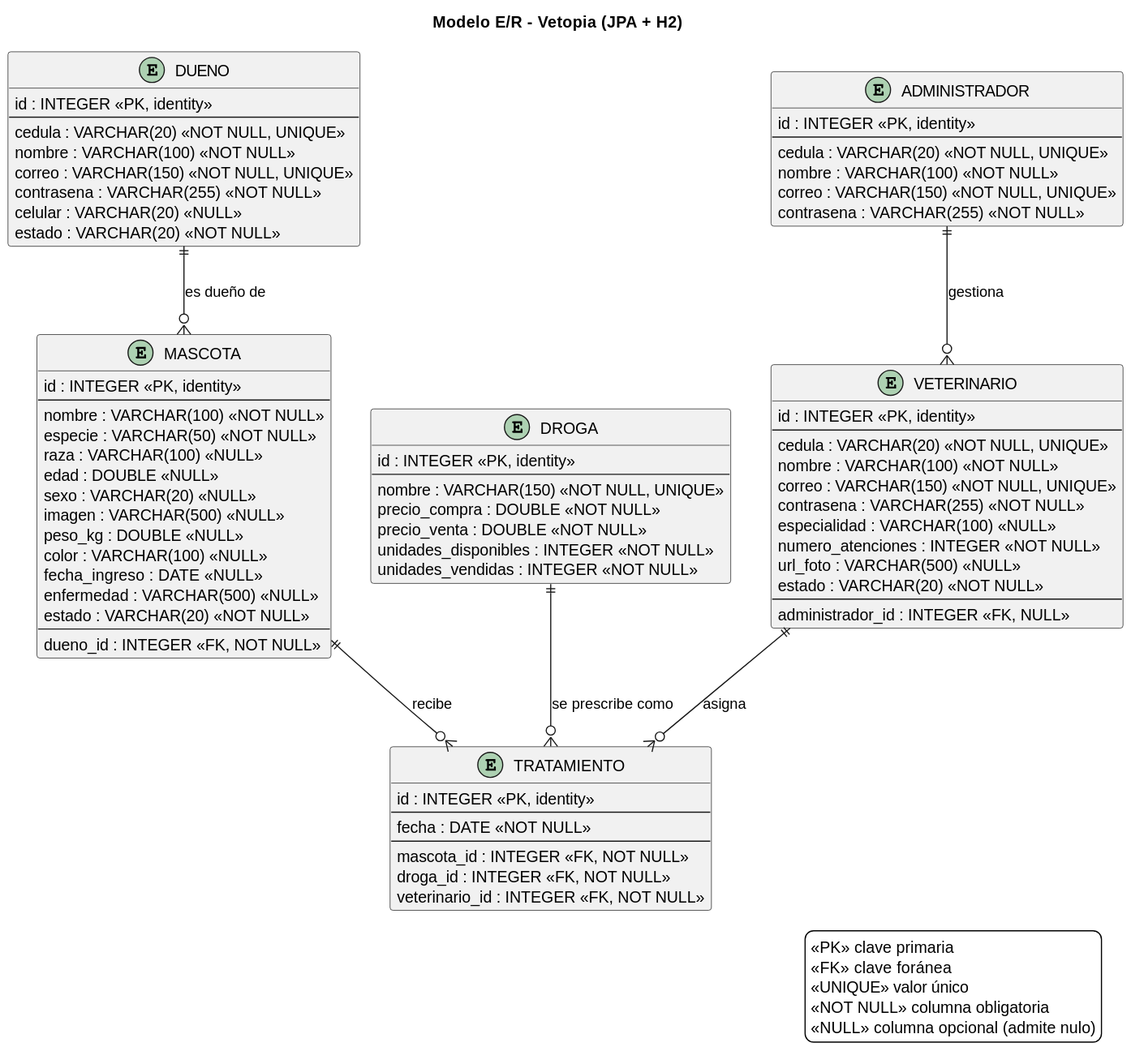
Before: docs/diagrams/er-diagram.svg, a diagram exported from PlantUML (juandrodriguezf/veterinaria-web).
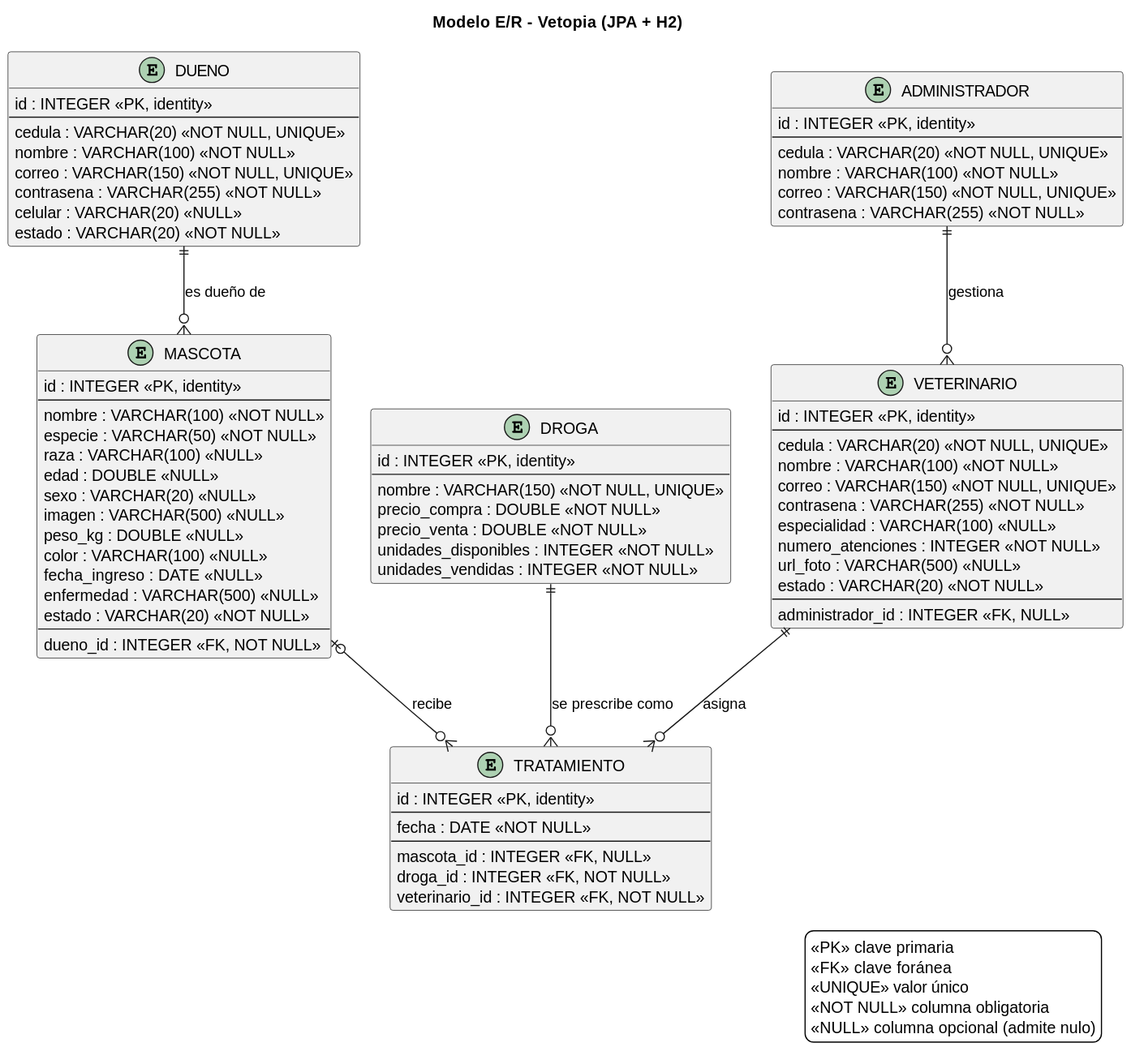
After the change.

The edit, as a diff of the source:
```diff
@@ -43,7 +43,7 @@
   --
   fecha : DATE <<NOT NULL>>
   --
-  mascota_id : INTEGER <<FK, NOT NULL>>
+  mascota_id : INTEGER <<FK, NULL>>
   droga_id : INTEGER <<FK, NOT NULL>>
   veterinario_id : INTEGER <<FK, NOT NULL>>
 }
@@ -84,7 +84,7 @@
 
 administrador ||--o{ veterinario : gestiona
 dueno ||--o{ mascota : "es dueño de"
-mascota ||--o{ tratamiento : recibe
+mascota |o--o{ tratamiento : recibe
 droga ||--o{ tratamiento : "se prescribe como"
 veterinario ||--o{ tratamiento : asigna
 
```
